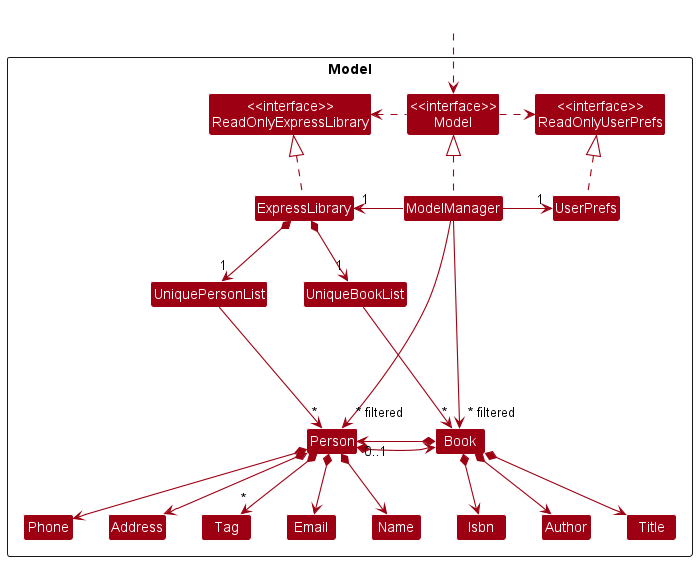
Before: docs/images/ModelClassDiagram.png, a diagram exported from PlantUML (nus-cs2103-AY2223S2/tp).
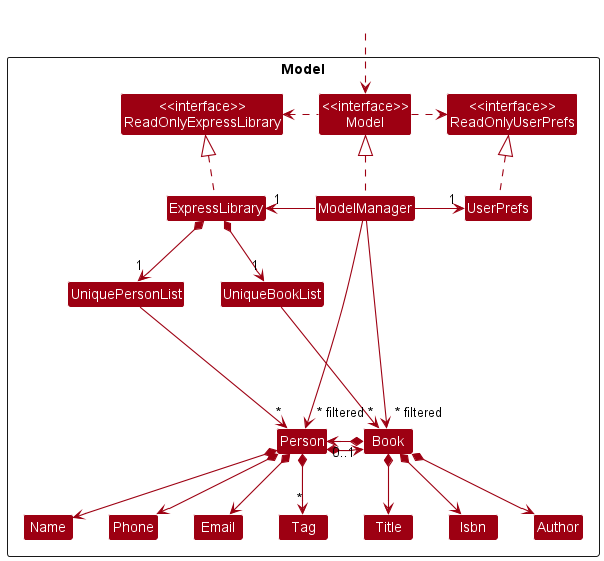
After the change.

Commit message:
update model diagrams to reflect removed address

Change to the diagram source:
```diff
@@ -14,7 +14,6 @@
 
     Class UniquePersonList
     Class Person
-    Class Address
     Class Email
     Class Name
     Class Phone
@@ -28,6 +27,7 @@
 }
 
 class HiddenOutside #FFFFFF
+class HiddenField #FFFFFF
 
 HiddenOutside ..> Model
 
@@ -44,7 +44,6 @@
 Person *--> Name
 Person *--> Phone
 Person *--> Email
-Person *--> Address
 Person *--> "*" Tag
 
 ExpressLibrary *--> "1" UniqueBookList
@@ -59,8 +58,6 @@
 
 Person -[hidden]left---> Book
 Name -[hidden]right-> Phone
-Phone -[hidden]right-> Address
-Address -[hidden]right-> Email
 
 ModelManager --> "~* filtered" Person
 ModelManager --> "~* filtered" Book
```
